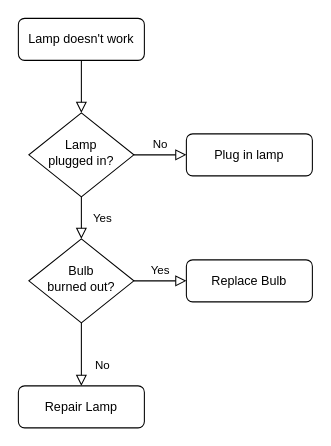
Above: Untitled Diagram.drawio in 1789mgs/1789mgs.github.io (draw.io), before the change. Source tidied: cells renumbered, new cells numbered last; positions are measured from the earlier drawing's top-left corner, leaving out a move shared by most shapes. Both pictures are drawn from the tidied source at 105%, with x=0, y=0 at pixel (18, 18).
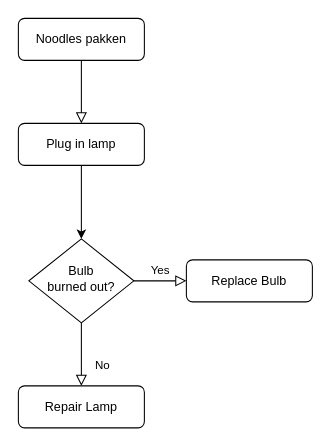
The same diagram, later.

Change to the diagram source:
```diff
@@
 <mxGraphModel>
   <root>
     <mxCell id="0" />
     <mxCell id="1" parent="0" />
-    <mxCell id="2" style="rounded=0;html=1;jettySize=auto;fontSize=11;endArrow=block;endFill=0;endSize=8;strokeWidth=1;shadow=0;labelBackgroundColor=none;edgeStyle=orthogonalEdgeStyle;" parent="1" edge="1" source="3" target="6">
+    <mxCell id="2" style="rounded=0;html=1;jettySize=auto;fontSize=11;endArrow=block;endFill=0;endSize=8;strokeWidth=1;shadow=0;labelBackgroundColor=none;edgeStyle=orthogonalEdgeStyle;entryX=0.5;entryY=0;entryDx=0;entryDy=0;" parent="1" edge="1" source="3" target="7">
       <mxGeometry relative="1" as="geometry" />
     </mxCell>
-    <mxCell id="3" value="Lamp doesn't work" style="rounded=1;whiteSpace=wrap;html=1;fontSize=12;glass=0;strokeWidth=1;shadow=0;" parent="1" vertex="1">
+    <mxCell id="3" value="Noodles pakken" style="rounded=1;whiteSpace=wrap;html=1;fontSize=12;glass=0;strokeWidth=1;shadow=0;" parent="1" vertex="1">
       <mxGeometry width="120" height="40" as="geometry" />
     </mxCell>
-    <mxCell id="4" value="Yes" style="rounded=0;html=1;jettySize=auto;fontSize=11;endArrow=block;endFill=0;endSize=8;strokeWidth=1;shadow=0;labelBackgroundColor=none;edgeStyle=orthogonalEdgeStyle;" parent="1" edge="1" source="6" target="10">
-      <mxGeometry y="20" relative="1" as="geometry" />
-    </mxCell>
-    <mxCell id="5" value="No" style="edgeStyle=orthogonalEdgeStyle;rounded=0;html=1;jettySize=auto;fontSize=11;endArrow=block;endFill=0;endSize=8;strokeWidth=1;shadow=0;labelBackgroundColor=none;" parent="1" edge="1" source="6" target="7">
-      <mxGeometry y="10" relative="1" as="geometry" />
-    </mxCell>
-    <mxCell id="6" value="Lamp&lt;br&gt;plugged in?" style="rhombus;whiteSpace=wrap;html=1;shadow=0;fontFamily=Helvetica;fontSize=12;align=center;strokeWidth=1;spacing=6;spacingTop=-4;" parent="1" vertex="1">
-      <mxGeometry x="10" y="90" width="100" height="80" as="geometry" />
-    </mxCell>
     <mxCell id="7" value="Plug in lamp" style="rounded=1;whiteSpace=wrap;html=1;fontSize=12;glass=0;strokeWidth=1;shadow=0;" parent="1" vertex="1">
-      <mxGeometry x="160" y="110" width="120" height="40" as="geometry" />
+      <mxGeometry y="100" width="120" height="40" as="geometry" />
     </mxCell>
     <mxCell id="8" value="No" style="rounded=0;html=1;jettySize=auto;fontSize=11;endArrow=block;endFill=0;endSize=8;strokeWidth=1;shadow=0;labelBackgroundColor=none;edgeStyle=orthogonalEdgeStyle;" parent="1" edge="1" source="10" target="11">
       <mxGeometry x="0.33" y="20" relative="1" as="geometry" />
     </mxCell>
     <mxCell id="9" value="Yes" style="edgeStyle=orthogonalEdgeStyle;rounded=0;html=1;jettySize=auto;fontSize=11;endArrow=block;endFill=0;endSize=8;strokeWidth=1;shadow=0;labelBackgroundColor=none;" parent="1" edge="1" source="10" target="12">
       <mxGeometry y="10" relative="1" as="geometry" />
     </mxCell>
     <mxCell id="10" value="Bulb&lt;br&gt;burned out?" style="rhombus;whiteSpace=wrap;html=1;shadow=0;fontFamily=Helvetica;fontSize=12;align=center;strokeWidth=1;spacing=6;spacingTop=-4;" parent="1" vertex="1">
       <mxGeometry x="10" y="210" width="100" height="80" as="geometry" />
     </mxCell>
     <mxCell id="11" value="Repair Lamp" style="rounded=1;whiteSpace=wrap;html=1;fontSize=12;glass=0;strokeWidth=1;shadow=0;" parent="1" vertex="1">
       <mxGeometry y="350" width="120" height="40" as="geometry" />
     </mxCell>
     <mxCell id="12" value="Replace Bulb" style="rounded=1;whiteSpace=wrap;html=1;fontSize=12;glass=0;strokeWidth=1;shadow=0;" parent="1" vertex="1">
       <mxGeometry x="160" y="230" width="120" height="40" as="geometry" />
     </mxCell>
+    <mxCell id="13" style="endArrow=classic;html=1;entryX=0.5;entryY=0;entryDx=0;entryDy=0;" parent="1" edge="1" target="10">
+      <mxGeometry relative="1" as="geometry">
+        <mxPoint x="60" y="140" as="sourcePoint" />
+      </mxGeometry>
+    </mxCell>
   </root>
 </mxGraphModel>
```
